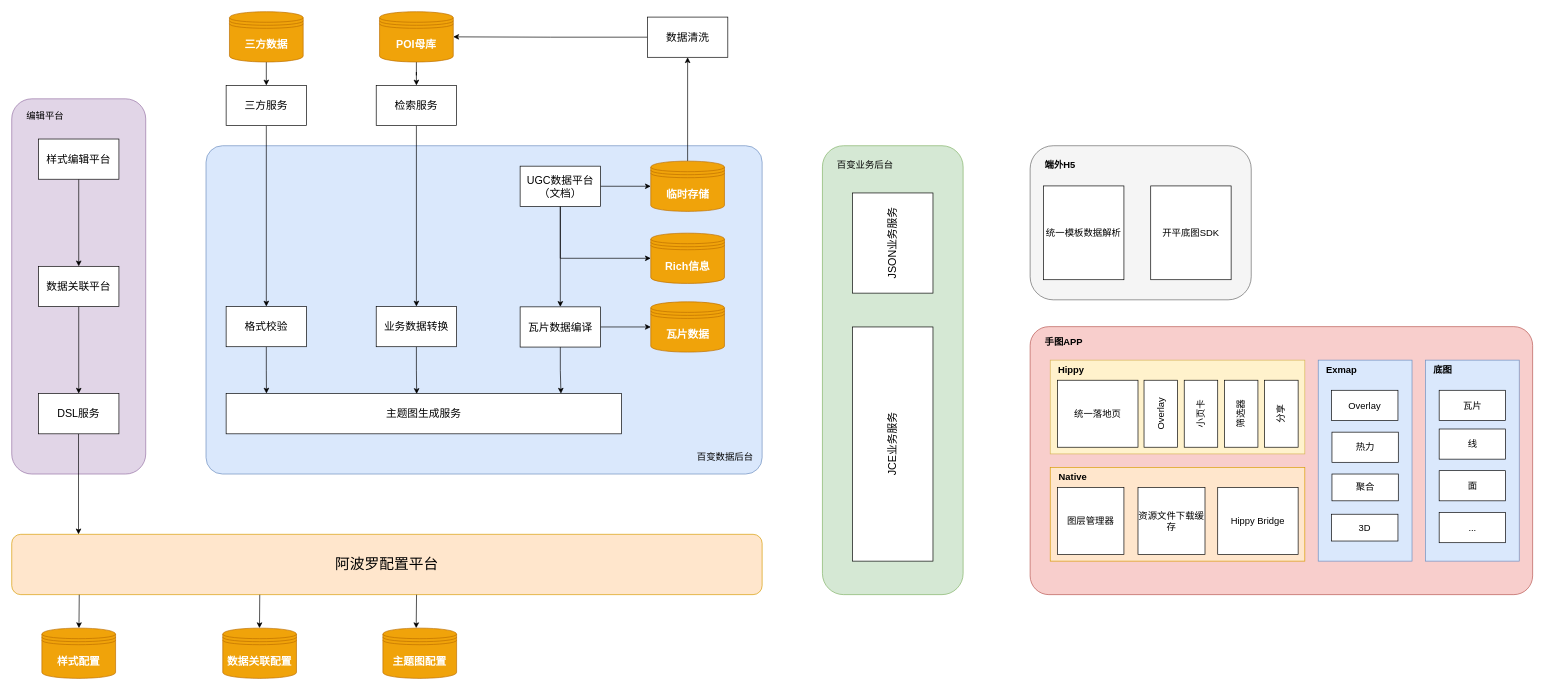
The draw.io diagram page "第 4 页" (4 of 4) of extrodianry-map.drawio in wangziji/graphics, before the edit. Source tidied: cells renumbered, new cells numbered last; positions are measured from the earlier drawing's top-left corner, leaving out a move shared by most shapes. Both pictures are drawn from the tidied source at 67%, with x=0, y=0 at pixel (11, 11).
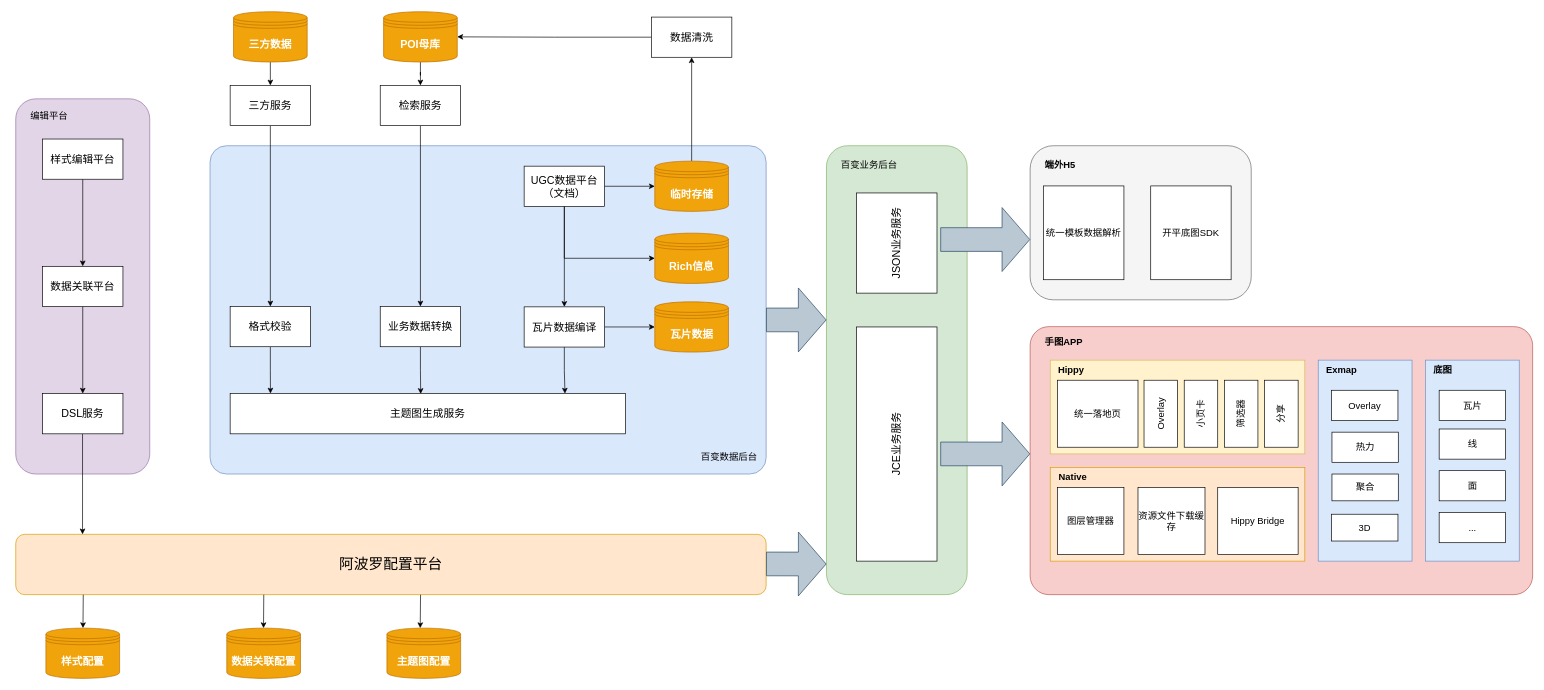
The same page after the edit.

What changed in the source:
```diff
@@
     <mxCell id="2" style="rounded=1;whiteSpace=wrap;html=1;glass=0;sketch=0;arcSize=5;fillColor=#dae8fc;strokeColor=#6c8ebf;fontFamily=腾讯体 W7;" parent="1" vertex="1">
-      <mxGeometry x="290" y="200" width="830" height="490" as="geometry" />
+      <mxGeometry x="296" y="200" width="830" height="490" as="geometry" />
     </mxCell>
     <mxCell id="3" value="&lt;font style=&quot;font-size: 22px;&quot;&gt;阿波罗配置平台&lt;/font&gt;" style="rounded=1;whiteSpace=wrap;html=1;fillColor=#ffe6cc;strokeColor=#d79b00;fontFamily=腾讯体 W7;" parent="1" vertex="1">
-      <mxGeometry y="780" width="1120" height="90" as="geometry" />
+      <mxGeometry x="6" y="780" width="1120" height="90" as="geometry" />
     </mxCell>
@@
     <mxCell id="5" value="&lt;b style=&quot;font-size: 16px;&quot;&gt;&lt;font style=&quot;font-size: 16px;&quot;&gt;POI母库&lt;/font&gt;&lt;/b&gt;" style="shape=datastore;whiteSpace=wrap;html=1;fillColor=#f0a30a;strokeColor=#BD7000;fontColor=#ffffff;fontSize=16;fontFamily=腾讯体 W7;" parent="1" vertex="1">
-      <mxGeometry x="549" width="110" height="75" as="geometry" />
+      <mxGeometry x="555" width="110" height="75" as="geometry" />
     </mxCell>
@@
     <mxCell id="7" value="检索服务" style="rounded=0;whiteSpace=wrap;html=1;fontFamily=腾讯体 W7;fontSize=16;" parent="1" vertex="1">
-      <mxGeometry x="544" y="110" width="120" height="60" as="geometry" />
+      <mxGeometry x="550" y="110" width="120" height="60" as="geometry" />
     </mxCell>
@@
     <mxCell id="9" value="业务数据转换" style="rounded=0;whiteSpace=wrap;html=1;fontFamily=腾讯体 W7;fontSize=16;" parent="1" vertex="1">
-      <mxGeometry x="544" y="440" width="120" height="60" as="geometry" />
+      <mxGeometry x="550" y="440" width="120" height="60" as="geometry" />
     </mxCell>
@@
     <mxCell id="11" value="&lt;b&gt;三方数据&lt;/b&gt;" style="shape=datastore;whiteSpace=wrap;html=1;fillColor=#f0a30a;strokeColor=#BD7000;fontColor=#ffffff;fontSize=16;fontFamily=腾讯体 W7;" parent="1" vertex="1">
-      <mxGeometry x="325" width="110" height="75" as="geometry" />
+      <mxGeometry x="331" width="110" height="75" as="geometry" />
     </mxCell>
@@
     <mxCell id="13" value="三方服务" style="rounded=0;whiteSpace=wrap;html=1;fontFamily=腾讯体 W7;fontSize=16;" parent="1" vertex="1">
-      <mxGeometry x="320" y="110" width="120" height="60" as="geometry" />
+      <mxGeometry x="326" y="110" width="120" height="60" as="geometry" />
     </mxCell>
@@
     <mxCell id="15" value="格式校验" style="rounded=0;whiteSpace=wrap;html=1;fontFamily=腾讯体 W7;fontSize=16;" parent="1" vertex="1">
-      <mxGeometry x="320" y="440" width="120" height="60" as="geometry" />
+      <mxGeometry x="326" y="440" width="120" height="60" as="geometry" />
     </mxCell>
@@
     <mxCell id="19" value="UGC数据平台（文档）" style="rounded=0;whiteSpace=wrap;html=1;fontFamily=腾讯体 W7;fontSize=16;" parent="1" vertex="1">
-      <mxGeometry x="758.8" y="230.5" width="120" height="60" as="geometry" />
+      <mxGeometry x="764.8" y="230.5" width="120" height="60" as="geometry" />
     </mxCell>
@@
     <mxCell id="21" value="数据清洗" style="rounded=0;whiteSpace=wrap;html=1;fontFamily=腾讯体 W7;fontSize=16;" parent="1" vertex="1">
-      <mxGeometry x="948.8" y="8" width="120" height="60" as="geometry" />
+      <mxGeometry x="954.8" y="8" width="120" height="60" as="geometry" />
     </mxCell>
@@
     <mxCell id="23" value="&lt;b&gt;临时存储&lt;/b&gt;" style="shape=datastore;whiteSpace=wrap;html=1;fillColor=#f0a30a;strokeColor=#BD7000;fontColor=#ffffff;fontSize=16;fontFamily=腾讯体 W7;" parent="1" vertex="1">
-      <mxGeometry x="953.8" y="223" width="110" height="75" as="geometry" />
+      <mxGeometry x="959.8" y="223" width="110" height="75" as="geometry" />
     </mxCell>
@@
     <mxCell id="26" value="瓦片数据编译" style="rounded=0;whiteSpace=wrap;html=1;fontFamily=腾讯体 W7;fontSize=16;" parent="1" vertex="1">
-      <mxGeometry x="758.8" y="440.5" width="120" height="60" as="geometry" />
+      <mxGeometry x="764.8" y="440.5" width="120" height="60" as="geometry" />
     </mxCell>
     <mxCell id="27" value="&lt;b&gt;Rich信息&lt;/b&gt;" style="shape=datastore;whiteSpace=wrap;html=1;fillColor=#f0a30a;strokeColor=#BD7000;fontColor=#ffffff;fontSize=16;fontFamily=腾讯体 W7;" parent="1" vertex="1">
-      <mxGeometry x="953.8" y="330.5" width="110" height="75" as="geometry" />
+      <mxGeometry x="959.8" y="330.5" width="110" height="75" as="geometry" />
     </mxCell>
     <mxCell id="28" value="&lt;b&gt;瓦片数据&lt;/b&gt;" style="shape=datastore;whiteSpace=wrap;html=1;fillColor=#f0a30a;strokeColor=#BD7000;fontColor=#ffffff;fontSize=16;fontFamily=腾讯体 W7;" parent="1" vertex="1">
-      <mxGeometry x="953.8" y="433" width="110" height="75" as="geometry" />
+      <mxGeometry x="959.8" y="433" width="110" height="75" as="geometry" />
     </mxCell>
     <mxCell id="29" value="主题图生成服务" style="rounded=0;whiteSpace=wrap;html=1;fontFamily=腾讯体 W7;fontSize=16;" parent="1" vertex="1">
-      <mxGeometry x="320" y="570" width="590" height="60" as="geometry" />
+      <mxGeometry x="326" y="570" width="590" height="60" as="geometry" />
     </mxCell>
     <mxCell id="30" value="&lt;b&gt;样式配置&lt;/b&gt;" style="shape=datastore;whiteSpace=wrap;html=1;fillColor=#f0a30a;strokeColor=#BD7000;fontColor=#ffffff;fontSize=16;fontFamily=腾讯体 W7;" parent="1" vertex="1">
-      <mxGeometry x="45" y="920" width="110" height="75" as="geometry" />
+      <mxGeometry x="51" y="920" width="110" height="75" as="geometry" />
     </mxCell>
     <mxCell id="31" value="&lt;b&gt;主题图配置&lt;/b&gt;" style="shape=datastore;whiteSpace=wrap;html=1;fillColor=#f0a30a;strokeColor=#BD7000;fontColor=#ffffff;fontSize=16;fontFamily=腾讯体 W7;" parent="1" vertex="1">
-      <mxGeometry x="554" y="920" width="110" height="75" as="geometry" />
+      <mxGeometry x="560" y="920" width="110" height="75" as="geometry" />
     </mxCell>
     <mxCell id="32" style="rounded=1;whiteSpace=wrap;html=1;horizontal=0;fillColor=#d5e8d4;strokeColor=#82b366;fontFamily=腾讯体 W7;" parent="1" vertex="1">
-      <mxGeometry x="1210" y="200" width="210" height="670" as="geometry" />
+      <mxGeometry x="1216" y="200" width="210" height="670" as="geometry" />
     </mxCell>
@@
     <mxCell id="38" style="rounded=1;whiteSpace=wrap;html=1;fillColor=#e1d5e7;strokeColor=#9673a6;fontFamily=腾讯体 W7;" parent="1" vertex="1">
-      <mxGeometry y="130" width="200" height="560" as="geometry" />
+      <mxGeometry x="6" y="130" width="200" height="560" as="geometry" />
     </mxCell>
@@
     <mxCell id="40" value="样式编辑平台" style="rounded=0;whiteSpace=wrap;html=1;fontFamily=腾讯体 W7;fontSize=16;" parent="1" vertex="1">
-      <mxGeometry x="40" y="190" width="120" height="60" as="geometry" />
+      <mxGeometry x="46" y="190" width="120" height="60" as="geometry" />
     </mxCell>
     <mxCell id="41" style="edgeStyle=orthogonalEdgeStyle;rounded=0;jettySize=auto;html=1;exitX=0.5;exitY=1;exitDx=0;exitDy=0;entryX=0.089;entryY=0;entryDx=0;entryDy=0;entryPerimeter=0;fontFamily=腾讯体 W7;" parent="1" edge="1" source="42" target="3">
       <mxGeometry relative="1" as="geometry">
         <Array as="points">
-          <mxPoint x="100" y="779" />
-          <mxPoint x="100" y="779" />
+          <mxPoint x="106" y="779" />
+          <mxPoint x="106" y="779" />
         </Array>
       </mxGeometry>
     </mxCell>
     <mxCell id="42" value="DSL服务" style="rounded=0;whiteSpace=wrap;html=1;fontFamily=腾讯体 W7;fontSize=16;" parent="1" vertex="1">
-      <mxGeometry x="40" y="570" width="120" height="60" as="geometry" />
+      <mxGeometry x="46" y="570" width="120" height="60" as="geometry" />
     </mxCell>
@@
     <mxCell id="44" value="数据关联平台" style="rounded=0;whiteSpace=wrap;html=1;fontFamily=腾讯体 W7;fontSize=16;" parent="1" vertex="1">
-      <mxGeometry x="40" y="380" width="120" height="60" as="geometry" />
+      <mxGeometry x="46" y="380" width="120" height="60" as="geometry" />
     </mxCell>
     <mxCell id="45" value="&lt;b&gt;数据关联配置&lt;/b&gt;" style="shape=datastore;whiteSpace=wrap;html=1;fillColor=#f0a30a;strokeColor=#BD7000;fontColor=#ffffff;fontSize=16;fontFamily=腾讯体 W7;" parent="1" vertex="1">
-      <mxGeometry x="315" y="920" width="110" height="75" as="geometry" />
+      <mxGeometry x="321" y="920" width="110" height="75" as="geometry" />
     </mxCell>
@@
     <mxCell id="47" value="百变数据后台" style="text;html=1;strokeColor=none;fillColor=none;align=right;verticalAlign=middle;whiteSpace=wrap;rounded=0;glass=0;sketch=0;fontSize=14;fontFamily=腾讯体 W7;" parent="1" vertex="1">
-      <mxGeometry x="948.8" y="650" width="160" height="30" as="geometry" />
+      <mxGeometry x="954.8" y="650" width="160" height="30" as="geometry" />
     </mxCell>
     <mxCell id="48" style="endArrow=classic;html=1;rounded=0;fontSize=22;exitX=0.09;exitY=1.002;exitDx=0;exitDy=0;exitPerimeter=0;fontFamily=腾讯体 W7;" parent="1" edge="1">
       <mxGeometry relative="1" as="geometry">
-        <mxPoint x="370.2" y="870.2" as="sourcePoint" />
-        <mxPoint x="369.8" y="920" as="targetPoint" />
+        <mxPoint x="376.2" y="870.2" as="sourcePoint" />
+        <mxPoint x="375.8" y="920" as="targetPoint" />
       </mxGeometry>
     </mxCell>
     <mxCell id="49" style="endArrow=classic;html=1;rounded=0;fontSize=22;exitX=0.09;exitY=1.002;exitDx=0;exitDy=0;exitPerimeter=0;fontFamily=腾讯体 W7;" parent="1" edge="1">
       <mxGeometry relative="1" as="geometry">
-        <mxPoint x="604.2" y="870.2" as="sourcePoint" />
-        <mxPoint x="603.7" y="920" as="targetPoint" />
+        <mxPoint x="610.2" y="870.2" as="sourcePoint" />
+        <mxPoint x="609.7" y="920" as="targetPoint" />
       </mxGeometry>
     </mxCell>
     <mxCell id="50" value="编辑平台" style="text;html=1;strokeColor=none;fillColor=none;align=left;verticalAlign=middle;whiteSpace=wrap;rounded=0;glass=0;sketch=0;fontSize=14;fontFamily=腾讯体 W7;" parent="1" vertex="1">
-      <mxGeometry x="20" y="140" width="160" height="30" as="geometry" />
+      <mxGeometry x="26" y="140" width="160" height="30" as="geometry" />
     </mxCell>
     <mxCell id="51" value="百变业务后台" style="text;html=1;strokeColor=none;fillColor=none;align=left;verticalAlign=middle;whiteSpace=wrap;rounded=0;glass=0;sketch=0;fontSize=14;fontFamily=腾讯体 W7;" parent="1" vertex="1">
-      <mxGeometry x="1230" y="214" width="160" height="30" as="geometry" />
+      <mxGeometry x="1236" y="214" width="160" height="30" as="geometry" />
     </mxCell>
     <mxCell id="52" value="JSON业务服务" style="rounded=0;whiteSpace=wrap;html=1;horizontal=0;fontFamily=腾讯体 W7;fontSize=16;" parent="1" vertex="1">
-      <mxGeometry x="1255" y="270.5" width="120" height="149.5" as="geometry" />
+      <mxGeometry x="1261" y="270.5" width="120" height="149.5" as="geometry" />
     </mxCell>
     <mxCell id="53" value="JCE业务服务" style="rounded=0;whiteSpace=wrap;html=1;horizontal=0;fontFamily=腾讯体 W7;fontSize=16;" parent="1" vertex="1">
-      <mxGeometry x="1255" y="470.5" width="120" height="349.5" as="geometry" />
+      <mxGeometry x="1261" y="470.5" width="120" height="349.5" as="geometry" />
     </mxCell>
@@
+    <mxCell id="79" style="shape=flexArrow;endArrow=classic;html=1;rounded=0;fontSize=14;entryX=0;entryY=0.209;entryDx=0;entryDy=0;entryPerimeter=0;endWidth=59.024390243902445;endSize=13.461538461538462;width=35.38461538461539;fillColor=#bac8d3;strokeColor=#23445d;fillStyle=auto;" parent="1" edge="1">
+      <mxGeometry relative="1" as="geometry">
+        <mxPoint x="1126" y="824.2" as="sourcePoint" />
+        <mxPoint x="1216" y="824.3" as="targetPoint" />
+      </mxGeometry>
+    </mxCell>
+    <mxCell id="80" style="shape=flexArrow;endArrow=classic;html=1;rounded=0;fontSize=14;entryX=0;entryY=0.209;entryDx=0;entryDy=0;entryPerimeter=0;endWidth=59.024390243902445;endSize=13.461538461538462;width=35.38461538461539;fillColor=#bac8d3;strokeColor=#23445d;fillStyle=auto;" parent="1" edge="1">
+      <mxGeometry relative="1" as="geometry">
+        <mxPoint x="1126" y="460" as="sourcePoint" />
+        <mxPoint x="1216" y="460" as="targetPoint" />
+      </mxGeometry>
+    </mxCell>
+    <mxCell id="81" style="shape=flexArrow;endArrow=classic;html=1;rounded=0;fontSize=14;entryX=0;entryY=0.209;entryDx=0;entryDy=0;entryPerimeter=0;endWidth=59.024390243902445;endSize=13.461538461538462;width=35.38461538461539;fillColor=#bac8d3;strokeColor=#23445d;fillStyle=auto;" parent="1" edge="1">
+      <mxGeometry relative="1" as="geometry">
+        <mxPoint x="1386" y="660" as="sourcePoint" />
+        <mxPoint x="1520" y="660" as="targetPoint" />
+      </mxGeometry>
+    </mxCell>
+    <mxCell id="82" style="shape=flexArrow;endArrow=classic;html=1;rounded=0;fontSize=14;entryX=0;entryY=0.209;entryDx=0;entryDy=0;entryPerimeter=0;endWidth=59.024390243902445;endSize=13.461538461538462;width=35.38461538461539;fillColor=#bac8d3;strokeColor=#23445d;fillStyle=auto;" parent="1" edge="1">
+      <mxGeometry relative="1" as="geometry">
+        <mxPoint x="1386" y="340" as="sourcePoint" />
+        <mxPoint x="1520" y="340" as="targetPoint" />
+      </mxGeometry>
+    </mxCell>
```
